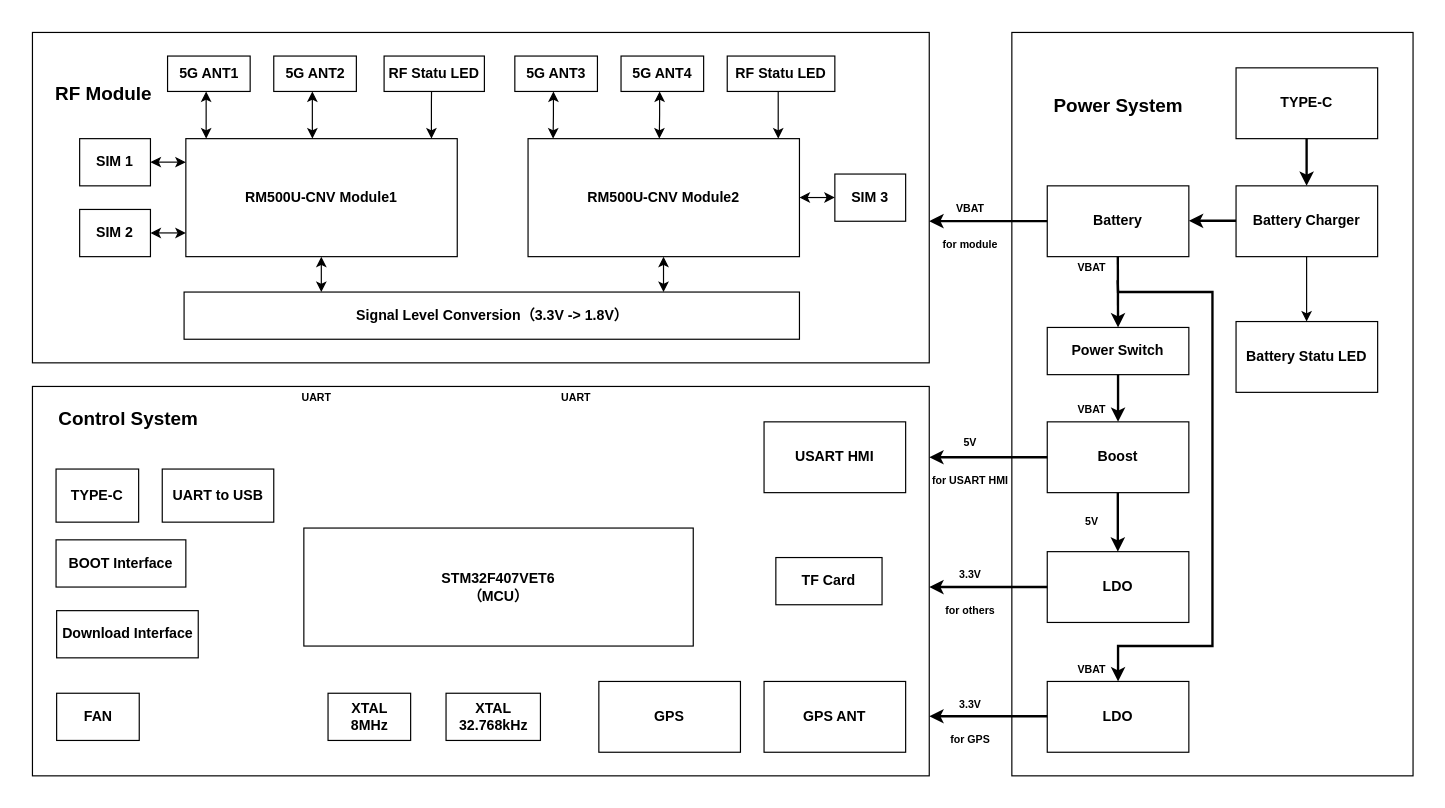
This is ICCC_block.drawio from zeandon/draw.io, a draw.io file, before an edit. Source tidied: cells renumbered, new cells numbered last; positions are measured from the earlier drawing's top-left corner, leaving out a move shared by most shapes. Both pictures are drawn from the tidied source at 118%, with x=0, y=0 at pixel (32, 32).
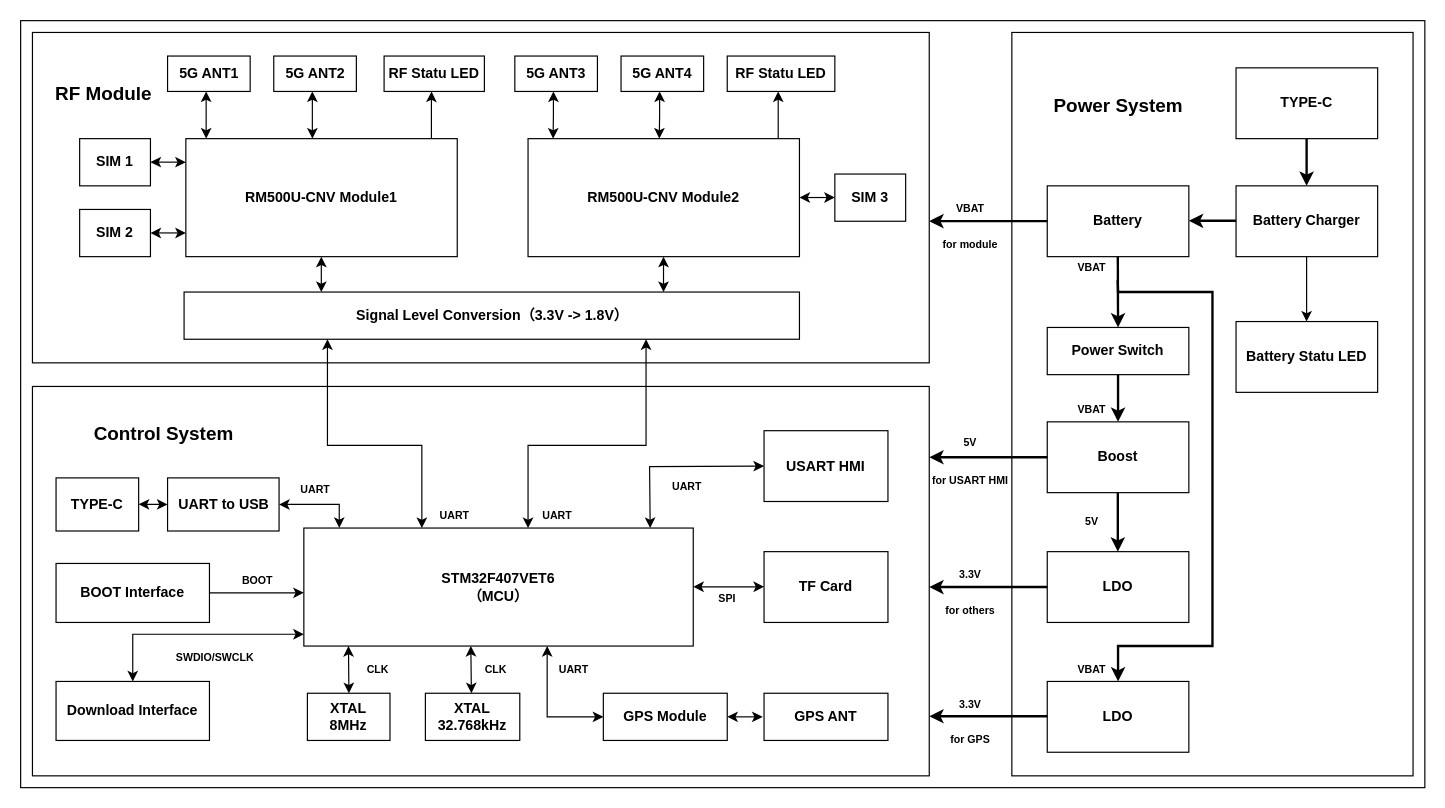
After the change.

The edit, as a diff of the source:
```diff
@@
+    <mxCell id="76" style="rounded=0;whiteSpace=wrap;html=1;" parent="1" vertex="1">
+      <mxGeometry x="-10" y="-10" width="1190" height="650" as="geometry" />
+    </mxCell>
@@
     <mxCell id="5" value="&lt;font style=&quot;font-size: 16px;&quot;&gt;Control System&lt;/font&gt;" style="text;strokeColor=none;fillColor=none;html=1;fontSize=24;fontStyle=1;verticalAlign=middle;align=center;" parent="1" vertex="1">
-      <mxGeometry x="10" y="305" width="141" height="40" as="geometry" />
+      <mxGeometry x="40" y="317.5" width="141" height="40" as="geometry" />
     </mxCell>
@@
     <mxCell id="9" value="UART" style="text;html=1;whiteSpace=wrap;strokeColor=none;fillColor=none;align=center;verticalAlign=middle;rounded=0;fontStyle=1;fontSize=9;" parent="1" vertex="1">
-      <mxGeometry x="215.5" y="300" width="50" height="20" as="geometry" />
+      <mxGeometry x="333" y="400" width="50" height="20" as="geometry" />
     </mxCell>
     <mxCell id="10" value="UART" style="text;html=1;whiteSpace=wrap;strokeColor=none;fillColor=none;align=center;verticalAlign=middle;rounded=0;fontStyle=1;fontSize=9;" parent="1" vertex="1">
-      <mxGeometry x="435.5" y="300" width="50" height="20" as="geometry" />
+      <mxGeometry x="420" y="400" width="50" height="20" as="geometry" />
     </mxCell>
@@
     <mxCell id="16" value="&lt;span style=&quot;background-color: transparent; color: light-dark(rgb(0, 0, 0), rgb(255, 255, 255));&quot;&gt;XTAL&lt;br&gt;8MHz&lt;/span&gt;" style="rounded=0;whiteSpace=wrap;html=1;fontStyle=1;" parent="1" vertex="1">
-      <mxGeometry x="250.5" y="560" width="70" height="40" as="geometry" />
+      <mxGeometry x="233" y="560" width="70" height="40" as="geometry" />
     </mxCell>
     <mxCell id="17" value="&lt;span style=&quot;background-color: transparent; color: light-dark(rgb(0, 0, 0), rgb(255, 255, 255));&quot;&gt;XTAL&lt;br&gt;32.768kHz&lt;/span&gt;" style="rounded=0;whiteSpace=wrap;html=1;fontStyle=1;" parent="1" vertex="1">
-      <mxGeometry x="350.5" y="560" width="80" height="40" as="geometry" />
+      <mxGeometry x="333" y="560" width="80" height="40" as="geometry" />
     </mxCell>
     <mxCell id="18" value="Download Interface" style="rounded=0;whiteSpace=wrap;html=1;fontStyle=1;" parent="1" vertex="1">
-      <mxGeometry x="20.5" y="490" width="120" height="40" as="geometry" />
+      <mxGeometry x="20" y="550" width="130" height="50" as="geometry" />
     </mxCell>
     <mxCell id="19" value="USART&amp;nbsp;&lt;span style=&quot;background-color: transparent; color: light-dark(rgb(0, 0, 0), rgb(255, 255, 255));&quot;&gt;HMI&lt;/span&gt;" style="rounded=0;whiteSpace=wrap;html=1;fontStyle=1;" parent="1" vertex="1">
-      <mxGeometry x="620" y="330" width="120" height="60" as="geometry" />
+      <mxGeometry x="620" y="337.5" width="105" height="60" as="geometry" />
     </mxCell>
@@
     <mxCell id="33" value="UART to USB" style="rounded=0;whiteSpace=wrap;html=1;fontStyle=1;" parent="1" vertex="1">
-      <mxGeometry x="110" y="370" width="94.5" height="45" as="geometry" />
+      <mxGeometry x="114.5" y="377.5" width="94.5" height="45" as="geometry" />
     </mxCell>
-    <mxCell id="34" value="FAN" style="rounded=0;whiteSpace=wrap;html=1;fontStyle=1;" parent="1" vertex="1">
-      <mxGeometry x="20.5" y="560" width="70" height="40" as="geometry" />
-    </mxCell>
-    <mxCell id="35" value="BOOT Interface" style="rounded=0;whiteSpace=wrap;html=1;fontStyle=1;" parent="1" vertex="1">
-      <mxGeometry x="20" y="430" width="110" height="40" as="geometry" />
-    </mxCell>
     <mxCell id="36" value="TF Card" style="rounded=0;whiteSpace=wrap;html=1;fontStyle=1;" parent="1" vertex="1">
-      <mxGeometry x="630" y="445" width="90" height="40" as="geometry" />
+      <mxGeometry x="620" y="440" width="105" height="60" as="geometry" />
     </mxCell>
@@
     <mxCell id="38" value="TYPE-C" style="rounded=0;whiteSpace=wrap;html=1;fontStyle=1;" parent="1" vertex="1">
-      <mxGeometry x="20" y="370" width="70" height="45" as="geometry" />
+      <mxGeometry x="20" y="377.5" width="70" height="45" as="geometry" />
     </mxCell>
@@
-    <mxCell id="54" style="endArrow=none;startArrow=classic;html=1;rounded=0;exitX=0.5;exitY=0;exitDx=0;exitDy=0;endFill=0;" parent="1" edge="1">
+    <mxCell id="54" style="endArrow=classic;startArrow=none;html=1;rounded=0;exitX=0.5;exitY=0;exitDx=0;exitDy=0;endFill=1;startFill=0;" parent="1" edge="1">
       <mxGeometry relative="1" as="geometry">
         <mxPoint x="338.1" y="90" as="sourcePoint" />
         <mxPoint x="338.2" y="50" as="targetPoint" />
         <Array as="points">
           <mxPoint x="338.1" y="70" />
           <mxPoint x="338.1" y="60" />
         </Array>
       </mxGeometry>
     </mxCell>
-    <mxCell id="55" style="endArrow=none;startArrow=classic;html=1;rounded=0;exitX=0.5;exitY=0;exitDx=0;exitDy=0;entryX=0.958;entryY=0.995;entryDx=0;entryDy=0;entryPerimeter=0;endFill=0;" parent="1" edge="1">
+    <mxCell id="55" style="endArrow=classic;startArrow=none;html=1;rounded=0;exitX=0.5;exitY=0;exitDx=0;exitDy=0;entryX=0.958;entryY=0.995;entryDx=0;entryDy=0;entryPerimeter=0;endFill=1;startFill=0;" parent="1" edge="1">
       <mxGeometry relative="1" as="geometry">
         <mxPoint x="632" y="90" as="sourcePoint" />
         <mxPoint x="632" y="50" as="targetPoint" />
         <Array as="points">
           <mxPoint x="632" y="70" />
           <mxPoint x="632" y="60" />
         </Array>
       </mxGeometry>
     </mxCell>
@@
-    <mxCell id="70" value="GPS" style="rounded=0;whiteSpace=wrap;html=1;fontStyle=1;" parent="1" vertex="1">
-      <mxGeometry x="480" y="550" width="120" height="60" as="geometry" />
+    <mxCell id="70" value="GPS Module" style="rounded=0;whiteSpace=wrap;html=1;fontStyle=1;" parent="1" vertex="1">
+      <mxGeometry x="483.8" y="560" width="105" height="40" as="geometry" />
     </mxCell>
     <mxCell id="71" value="GPS ANT" style="rounded=0;whiteSpace=wrap;html=1;fontStyle=1;" parent="1" vertex="1">
-      <mxGeometry x="620" y="550" width="120" height="60" as="geometry" />
+      <mxGeometry x="620" y="560" width="105" height="40" as="geometry" />
     </mxCell>
@@
+    <mxCell id="77" value="UART" style="text;html=1;whiteSpace=wrap;strokeColor=none;fillColor=none;align=center;verticalAlign=middle;rounded=0;fontStyle=1;fontSize=9;" parent="1" vertex="1">
+      <mxGeometry x="530" y="375" width="50" height="20" as="geometry" />
+    </mxCell>
+    <mxCell id="78" value="UART" style="text;html=1;whiteSpace=wrap;strokeColor=none;fillColor=none;align=center;verticalAlign=middle;rounded=0;fontStyle=1;fontSize=9;" parent="1" vertex="1">
+      <mxGeometry x="433.8" y="530" width="50" height="20" as="geometry" />
+    </mxCell>
+    <mxCell id="79" value="SPI" style="text;html=1;whiteSpace=wrap;strokeColor=none;fillColor=none;align=center;verticalAlign=middle;rounded=0;fontStyle=1;fontSize=9;" parent="1" vertex="1">
+      <mxGeometry x="568.8" y="470" width="40" height="20" as="geometry" />
+    </mxCell>
+    <mxCell id="80" value="CLK" style="text;html=1;whiteSpace=wrap;strokeColor=none;fillColor=none;align=center;verticalAlign=middle;rounded=0;fontStyle=1;fontSize=9;" parent="1" vertex="1">
+      <mxGeometry x="373" y="530" width="40" height="20" as="geometry" />
+    </mxCell>
+    <mxCell id="81" value="CLK" style="text;html=1;whiteSpace=wrap;strokeColor=none;fillColor=none;align=center;verticalAlign=middle;rounded=0;fontStyle=1;fontSize=9;" parent="1" vertex="1">
+      <mxGeometry x="272.5" y="530" width="40" height="20" as="geometry" />
+    </mxCell>
+    <mxCell id="82" value="UART" style="text;html=1;whiteSpace=wrap;strokeColor=none;fillColor=none;align=center;verticalAlign=middle;rounded=0;fontStyle=1;fontSize=9;" parent="1" vertex="1">
+      <mxGeometry x="214.5" y="377.5" width="50" height="20" as="geometry" />
+    </mxCell>
+    <mxCell id="83" value="BOOT" style="text;html=1;whiteSpace=wrap;strokeColor=none;fillColor=none;align=center;verticalAlign=middle;rounded=0;fontStyle=1;fontSize=9;" parent="1" vertex="1">
+      <mxGeometry x="165.5" y="455" width="50" height="20" as="geometry" />
+    </mxCell>
+    <mxCell id="84" value="SWDIO/SWCLK" style="text;html=1;whiteSpace=wrap;strokeColor=none;fillColor=none;align=center;verticalAlign=middle;rounded=0;fontStyle=1;fontSize=9;" parent="1" vertex="1">
+      <mxGeometry x="110" y="520" width="90" height="20" as="geometry" />
+    </mxCell>
+    <mxCell id="85" style="endArrow=classic;startArrow=classic;html=1;rounded=0;" parent="1" edge="1">
+      <mxGeometry relative="1" as="geometry">
+        <mxPoint x="560" y="469.8" as="sourcePoint" />
+        <mxPoint x="620" y="469.8" as="targetPoint" />
+      </mxGeometry>
+    </mxCell>
+    <mxCell id="86" style="endArrow=classic;startArrow=classic;html=1;rounded=0;entryX=0;entryY=0.5;entryDx=0;entryDy=0;" parent="1" edge="1" target="19">
+      <mxGeometry relative="1" as="geometry">
+        <mxPoint x="523.5" y="420" as="sourcePoint" />
+        <Array as="points">
+          <mxPoint x="523" y="368" />
+        </Array>
+      </mxGeometry>
+    </mxCell>
+    <mxCell id="87" style="endArrow=classic;startArrow=classic;html=1;rounded=0;" parent="1" edge="1">
+      <mxGeometry relative="1" as="geometry">
+        <mxPoint x="588.8" y="580" as="sourcePoint" />
+        <mxPoint x="618.8" y="580" as="targetPoint" />
+      </mxGeometry>
+    </mxCell>
+    <mxCell id="88" style="endArrow=classic;startArrow=classic;html=1;rounded=0;entryX=0;entryY=0.5;entryDx=0;entryDy=0;" parent="1" edge="1" target="70">
+      <mxGeometry relative="1" as="geometry">
+        <mxPoint x="436.2" y="520" as="sourcePoint" />
+        <Array as="points">
+          <mxPoint x="436.2" y="580" />
+        </Array>
+      </mxGeometry>
+    </mxCell>
+    <mxCell id="89" style="endArrow=classic;startArrow=classic;html=1;rounded=0;" parent="1" edge="1">
+      <mxGeometry relative="1" as="geometry">
+        <mxPoint x="372" y="560" as="sourcePoint" />
+        <mxPoint x="371.5" y="520" as="targetPoint" />
+      </mxGeometry>
+    </mxCell>
+    <mxCell id="90" style="endArrow=classic;startArrow=classic;html=1;rounded=0;" parent="1" edge="1">
+      <mxGeometry relative="1" as="geometry">
+        <mxPoint x="268.2" y="560" as="sourcePoint" />
+        <mxPoint x="267.8" y="520" as="targetPoint" />
+      </mxGeometry>
+    </mxCell>
+    <mxCell id="91" style="endArrow=classic;startArrow=classic;html=1;rounded=0;exitX=0.5;exitY=0;exitDx=0;exitDy=0;" parent="1" edge="1" source="18">
+      <mxGeometry relative="1" as="geometry">
+        <mxPoint x="230" y="510" as="targetPoint" />
+        <Array as="points">
+          <mxPoint x="85" y="520" />
+          <mxPoint x="85" y="510" />
+          <mxPoint x="210" y="510" />
+        </Array>
+      </mxGeometry>
+    </mxCell>
+    <mxCell id="35" value="BOOT Interface" style="rounded=0;whiteSpace=wrap;html=1;fontStyle=1;" parent="1" vertex="1">
+      <mxGeometry x="20" y="450" width="130" height="50" as="geometry" />
+    </mxCell>
+    <mxCell id="92" style="endArrow=none;startArrow=classic;html=1;rounded=0;entryX=1;entryY=0.5;entryDx=0;entryDy=0;startFill=1;endFill=0;" parent="1" edge="1" target="35">
+      <mxGeometry relative="1" as="geometry">
+        <mxPoint x="230" y="474.9" as="sourcePoint" />
+      </mxGeometry>
+    </mxCell>
+    <mxCell id="93" style="endArrow=classic;startArrow=classic;html=1;rounded=0;exitX=0;exitY=0.5;exitDx=0;exitDy=0;" parent="1" edge="1" source="33">
+      <mxGeometry relative="1" as="geometry">
+        <mxPoint x="90" y="399.9" as="targetPoint" />
+      </mxGeometry>
+    </mxCell>
+    <mxCell id="94" style="endArrow=classic;startArrow=classic;html=1;rounded=0;entryX=1;entryY=0.5;entryDx=0;entryDy=0;" parent="1" edge="1" target="33">
+      <mxGeometry relative="1" as="geometry">
+        <mxPoint x="260" y="419.9" as="sourcePoint" />
+        <Array as="points">
+          <mxPoint x="260" y="400" />
+        </Array>
+      </mxGeometry>
+    </mxCell>
+    <mxCell id="95" style="endArrow=classic;startArrow=classic;html=1;rounded=0;entryX=0.227;entryY=1.012;entryDx=0;entryDy=0;entryPerimeter=0;" parent="1" edge="1">
+      <mxGeometry relative="1" as="geometry">
+        <mxPoint x="330" y="420" as="sourcePoint" />
+        <mxPoint x="250" y="260" as="targetPoint" />
+        <Array as="points">
+          <mxPoint x="330" y="350" />
+          <mxPoint x="250" y="350" />
+        </Array>
+      </mxGeometry>
+    </mxCell>
+    <mxCell id="96" style="endArrow=classic;startArrow=classic;html=1;rounded=0;" parent="1" edge="1">
+      <mxGeometry relative="1" as="geometry">
+        <mxPoint x="420" y="420" as="sourcePoint" />
+        <mxPoint x="520" y="260" as="targetPoint" />
+        <Array as="points">
+          <mxPoint x="420" y="350" />
+          <mxPoint x="520" y="350" />
+        </Array>
+      </mxGeometry>
+    </mxCell>
```
